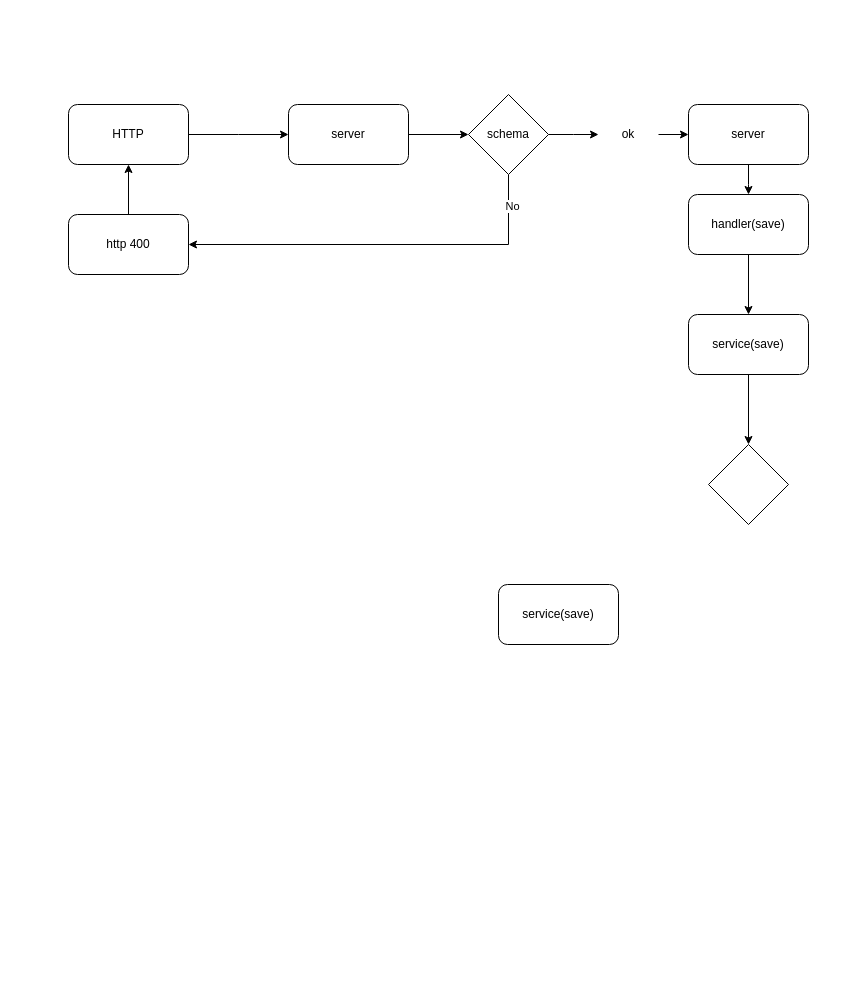
This is page "Página-2" (2 of 2) of flujo_keycloack.drawio from EstebanGitPro/Digramas, a draw.io file, before an edit. Source tidied: cells renumbered, new cells numbered last; positions are measured from the earlier drawing's top-left corner, leaving out a move shared by most shapes. Both pictures are drawn from the tidied source at 100%, with x=0, y=0 at pixel (68, 94).
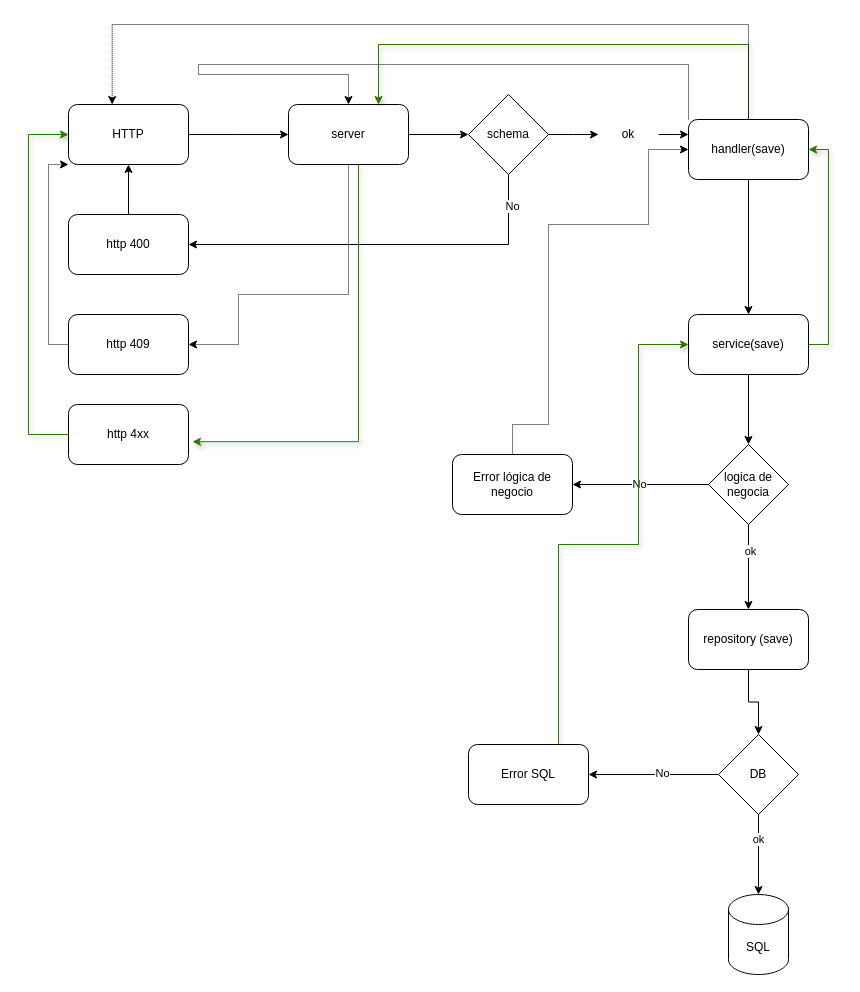
After the change.

Unchanged cells that the change refers to:
```xml
<mxCell id="3" value="HTTP" style="rounded=1;whiteSpace=wrap;html=1;" parent="1" vertex="1">
  <mxGeometry y="10" width="120" height="60" as="geometry" />
</mxCell>
<mxCell id="5" value="server" style="rounded=1;whiteSpace=wrap;html=1;" parent="1" vertex="1">
  <mxGeometry x="220" y="10" width="120" height="60" as="geometry" />
</mxCell>
<mxCell id="11" value="ok" style="text;html=1;whiteSpace=wrap;strokeColor=none;fillColor=none;align=center;verticalAlign=middle;rounded=0;" parent="1" vertex="1">
  <mxGeometry x="530" y="25" width="60" height="30" as="geometry" />
</mxCell>
<mxCell id="20" value="service(save)" style="rounded=1;whiteSpace=wrap;html=1;" parent="1" vertex="1">
  <mxGeometry x="620" y="220" width="120" height="60" as="geometry" />
</mxCell>
```

Diff of the diagram source:
```diff
@@
+    <mxCell id="22" style="edgeStyle=orthogonalEdgeStyle;rounded=0;jettySize=auto;html=1;entryX=1;entryY=0.5;entryDx=0;entryDy=0;dashed=1;dashPattern=1 1;" parent="1" edge="1" source="5" target="41">
+      <mxGeometry relative="1" as="geometry">
+        <Array as="points">
+          <mxPoint x="280" y="200" />
+          <mxPoint x="170" y="200" />
+          <mxPoint x="170" y="250" />
+        </Array>
+      </mxGeometry>
+    </mxCell>
+    <mxCell id="23" style="edgeStyle=orthogonalEdgeStyle;rounded=0;jettySize=auto;html=1;entryX=1.033;entryY=0.62;entryDx=0;entryDy=0;entryPerimeter=0;fillColor=#60a917;strokeColor=#2D7600;flowAnimation=1;shadow=1;" parent="1" edge="1" source="5" target="46">
+      <mxGeometry relative="1" as="geometry">
+        <Array as="points">
+          <mxPoint x="290" y="347" />
+        </Array>
+      </mxGeometry>
+    </mxCell>
@@
-    <mxCell id="10" style="edgeStyle=orthogonalEdgeStyle;rounded=0;jettySize=auto;html=1;" parent="1" edge="1" source="11" target="13">
-      <mxGeometry relative="1" as="geometry" />
+    <mxCell id="10" style="edgeStyle=orthogonalEdgeStyle;rounded=0;jettySize=auto;html=1;" parent="1" edge="1" source="11">
+      <mxGeometry relative="1" as="geometry">
+        <mxPoint x="620" y="40" as="targetPoint" />
+      </mxGeometry>
     </mxCell>
@@
-    <mxCell id="12" style="edgeStyle=orthogonalEdgeStyle;rounded=0;jettySize=auto;html=1;" parent="1" edge="1" source="13">
-      <mxGeometry relative="1" as="geometry">
-        <mxPoint x="680" y="100" as="targetPoint" />
-      </mxGeometry>
-    </mxCell>
-    <mxCell id="13" value="server" style="rounded=1;whiteSpace=wrap;html=1;" parent="1" vertex="1">
-      <mxGeometry x="620" y="10" width="120" height="60" as="geometry" />
-    </mxCell>
@@
+    <mxCell id="24" style="edgeStyle=orthogonalEdgeStyle;rounded=0;jettySize=auto;html=1;dashed=1;dashPattern=1 1;" parent="1" edge="1" source="17">
+      <mxGeometry relative="1" as="geometry">
+        <mxPoint x="280" y="10" as="targetPoint" />
+        <Array as="points">
+          <mxPoint x="620" y="-30" />
+          <mxPoint x="130" y="-30" />
+          <mxPoint x="130" y="-20" />
+          <mxPoint x="280" y="-20" />
+        </Array>
+      </mxGeometry>
+    </mxCell>
+    <mxCell id="25" style="edgeStyle=orthogonalEdgeStyle;rounded=0;jettySize=auto;html=1;entryX=0.75;entryY=0;entryDx=0;entryDy=0;fillColor=#60a917;strokeColor=#2D7600;flowAnimation=1;shadow=1;" parent="1" edge="1" source="17" target="5">
+      <mxGeometry relative="1" as="geometry">
+        <Array as="points">
+          <mxPoint x="680" y="-50" />
+          <mxPoint x="310" y="-50" />
+        </Array>
+      </mxGeometry>
+    </mxCell>
     <mxCell id="17" value="handler(save)" style="rounded=1;whiteSpace=wrap;html=1;" parent="1" vertex="1">
-      <mxGeometry x="620" y="100" width="120" height="60" as="geometry" />
+      <mxGeometry x="620" y="25" width="120" height="60" as="geometry" />
     </mxCell>
+    <mxCell id="26" style="edgeStyle=orthogonalEdgeStyle;rounded=0;jettySize=auto;html=1;" parent="1" edge="1" source="18" target="21">
+      <mxGeometry relative="1" as="geometry" />
+    </mxCell>
+    <mxCell id="27" value="ok" style="edgeLabel;html=1;align=center;verticalAlign=middle;" parent="26" vertex="1">
+      <mxGeometry x="-0.38" y="1" relative="1" as="geometry" />
+    </mxCell>
-    <mxCell id="18" style="rhombus;whiteSpace=wrap;html=1;" parent="1" vertex="1">
+    <mxCell id="18" value="logica de negocia" style="rhombus;whiteSpace=wrap;html=1;" parent="1" vertex="1">
       <mxGeometry x="640" y="350" width="80" height="80" as="geometry" />
     </mxCell>
@@
+    <mxCell id="28" style="edgeStyle=orthogonalEdgeStyle;rounded=0;jettySize=auto;html=1;entryX=1;entryY=0.5;entryDx=0;entryDy=0;fillColor=#60a917;strokeColor=#2D7600;flowAnimation=1;shadow=1;" parent="1" edge="1" source="20" target="17">
+      <mxGeometry relative="1" as="geometry">
+        <Array as="points">
+          <mxPoint x="760" y="250" />
+          <mxPoint x="760" y="55" />
+        </Array>
+      </mxGeometry>
+    </mxCell>
@@
+    <mxCell id="29" style="edgeStyle=orthogonalEdgeStyle;rounded=0;jettySize=auto;html=1;" parent="1" edge="1" source="21" target="38">
+      <mxGeometry relative="1" as="geometry" />
+    </mxCell>
-    <mxCell id="21" value="service(save)" style="rounded=1;whiteSpace=wrap;html=1;" parent="1" vertex="1">
-      <mxGeometry x="430" y="490" width="120" height="60" as="geometry" />
+    <mxCell id="21" value="repository (save)" style="rounded=1;whiteSpace=wrap;html=1;" parent="1" vertex="1">
+      <mxGeometry x="620" y="515" width="120" height="60" as="geometry" />
     </mxCell>
+    <mxCell id="30" style="edgeStyle=orthogonalEdgeStyle;rounded=0;jettySize=auto;html=1;entryX=0;entryY=0.5;entryDx=0;entryDy=0;dashed=1;dashPattern=1 1;" parent="1" edge="1" source="31" target="17">
+      <mxGeometry relative="1" as="geometry">
+        <Array as="points">
+          <mxPoint x="444" y="330" />
+          <mxPoint x="480" y="330" />
+          <mxPoint x="480" y="130" />
+          <mxPoint x="580" y="130" />
+          <mxPoint x="580" y="55" />
+        </Array>
+      </mxGeometry>
+    </mxCell>
+    <mxCell id="31" value="Error lógica de negocio" style="rounded=1;whiteSpace=wrap;html=1;" parent="1" vertex="1">
+      <mxGeometry x="384" y="360" width="120" height="60" as="geometry" />
+    </mxCell>
+    <mxCell id="32" style="edgeStyle=orthogonalEdgeStyle;rounded=0;jettySize=auto;html=1;entryX=1;entryY=0.5;entryDx=0;entryDy=0;" parent="1" edge="1" source="18" target="31">
+      <mxGeometry relative="1" as="geometry" />
+    </mxCell>
+    <mxCell id="33" value="No" style="edgeLabel;html=1;align=center;verticalAlign=middle;" parent="32" vertex="1">
+      <mxGeometry x="0.03" y="-1" relative="1" as="geometry" />
+    </mxCell>
+    <mxCell id="34" style="edgeStyle=orthogonalEdgeStyle;rounded=0;jettySize=auto;html=1;" parent="1" edge="1" source="38" target="42">
+      <mxGeometry relative="1" as="geometry">
+        <Array as="points">
+          <mxPoint x="690" y="740" />
+          <mxPoint x="690" y="740" />
+        </Array>
+      </mxGeometry>
+    </mxCell>
+    <mxCell id="35" value="ok" style="edgeLabel;html=1;align=center;verticalAlign=middle;" parent="34" vertex="1">
+      <mxGeometry x="-0.41" y="-1" relative="1" as="geometry" />
+    </mxCell>
+    <mxCell id="36" style="edgeStyle=orthogonalEdgeStyle;rounded=0;jettySize=auto;html=1;entryX=1;entryY=0.5;entryDx=0;entryDy=0;" parent="1" edge="1" source="38" target="44">
+      <mxGeometry relative="1" as="geometry" />
+    </mxCell>
+    <mxCell id="37" value="No" style="edgeLabel;html=1;align=center;verticalAlign=middle;" parent="36" vertex="1">
+      <mxGeometry x="-0.13" y="-2" relative="1" as="geometry" />
+    </mxCell>
+    <mxCell id="38" value="DB" style="rhombus;whiteSpace=wrap;html=1;" parent="1" vertex="1">
+      <mxGeometry x="650" y="640" width="80" height="80" as="geometry" />
+    </mxCell>
+    <mxCell id="39" style="edgeStyle=orthogonalEdgeStyle;rounded=0;jettySize=auto;html=1;entryX=0.364;entryY=0;entryDx=0;entryDy=0;entryPerimeter=0;dashed=1;dashPattern=1 1;exitX=0.5;exitY=0;exitDx=0;exitDy=0;" parent="1" edge="1" source="17" target="3">
+      <mxGeometry relative="1" as="geometry">
+        <Array as="points">
+          <mxPoint x="680" y="-70" />
+          <mxPoint x="44" y="-70" />
+        </Array>
+      </mxGeometry>
+    </mxCell>
+    <mxCell id="40" style="edgeStyle=orthogonalEdgeStyle;rounded=0;jettySize=auto;html=1;entryX=0;entryY=1;entryDx=0;entryDy=0;dashed=1;dashPattern=1 1;" parent="1" edge="1" source="41" target="3">
+      <mxGeometry relative="1" as="geometry">
+        <Array as="points">
+          <mxPoint x="-20" y="250" />
+          <mxPoint x="-20" y="70" />
+        </Array>
+      </mxGeometry>
+    </mxCell>
+    <mxCell id="41" value="http 409" style="rounded=1;whiteSpace=wrap;html=1;" parent="1" vertex="1">
+      <mxGeometry y="220" width="120" height="60" as="geometry" />
+    </mxCell>
+    <mxCell id="42" value="SQL" style="shape=cylinder3;whiteSpace=wrap;html=1;boundedLbl=1;backgroundOutline=1;size=15;" parent="1" vertex="1">
+      <mxGeometry x="660" y="800" width="60" height="80" as="geometry" />
+    </mxCell>
+    <mxCell id="43" style="edgeStyle=orthogonalEdgeStyle;rounded=0;jettySize=auto;html=1;entryX=0;entryY=0.5;entryDx=0;entryDy=0;fillColor=#60a917;strokeColor=#2D7600;flowAnimation=1;shadow=1;" parent="1" edge="1" source="44" target="20">
+      <mxGeometry relative="1" as="geometry">
+        <Array as="points">
+          <mxPoint x="490" y="450" />
+          <mxPoint x="570" y="450" />
+          <mxPoint x="570" y="250" />
+        </Array>
+      </mxGeometry>
+    </mxCell>
+    <mxCell id="44" value="Error SQL" style="rounded=1;whiteSpace=wrap;html=1;" parent="1" vertex="1">
+      <mxGeometry x="400" y="650" width="120" height="60" as="geometry" />
+    </mxCell>
+    <mxCell id="45" style="edgeStyle=orthogonalEdgeStyle;rounded=0;jettySize=auto;html=1;entryX=0;entryY=0.5;entryDx=0;entryDy=0;fillColor=#60a917;strokeColor=#2D7600;flowAnimation=1;shadow=1;" parent="1" edge="1" source="46" target="3">
+      <mxGeometry relative="1" as="geometry">
+        <Array as="points">
+          <mxPoint x="-40" y="340" />
+          <mxPoint x="-40" y="40" />
+        </Array>
+      </mxGeometry>
+    </mxCell>
+    <mxCell id="46" value="http 4xx" style="rounded=1;whiteSpace=wrap;html=1;" parent="1" vertex="1">
+      <mxGeometry y="310" width="120" height="60" as="geometry" />
+    </mxCell>
```
